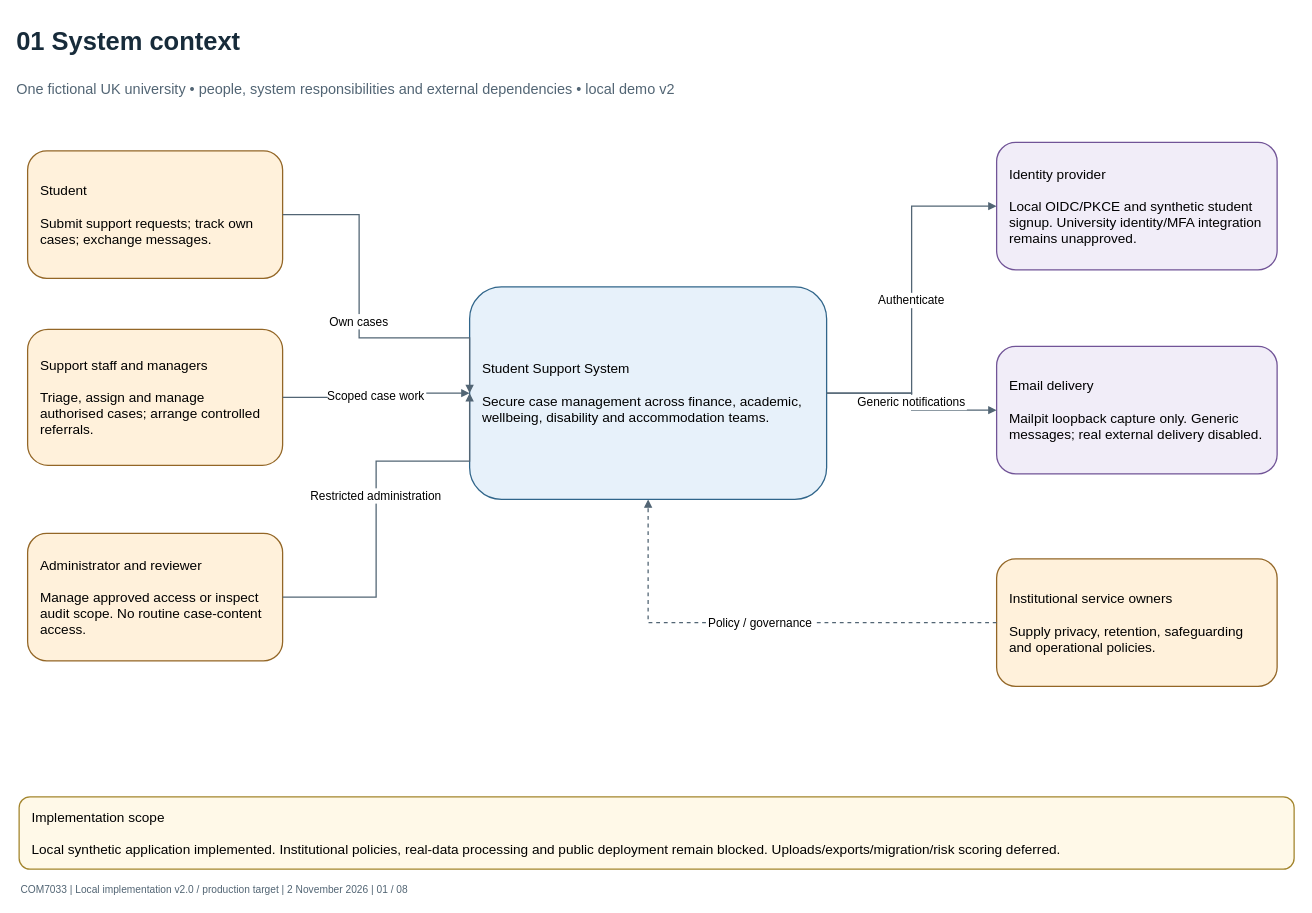
This is page "01 System context" (1 of 8) of docs/architecture/student-support-architecture.drawio from JEGSON/student-support-system, a draw.io file, before an edit. Source tidied: cells renumbered, new cells numbered last; positions are measured from the earlier drawing's top-left corner, leaving out a move shared by most shapes. Both pictures are drawn from the tidied source at 85%, with x=0, y=0 at pixel (14, 14).
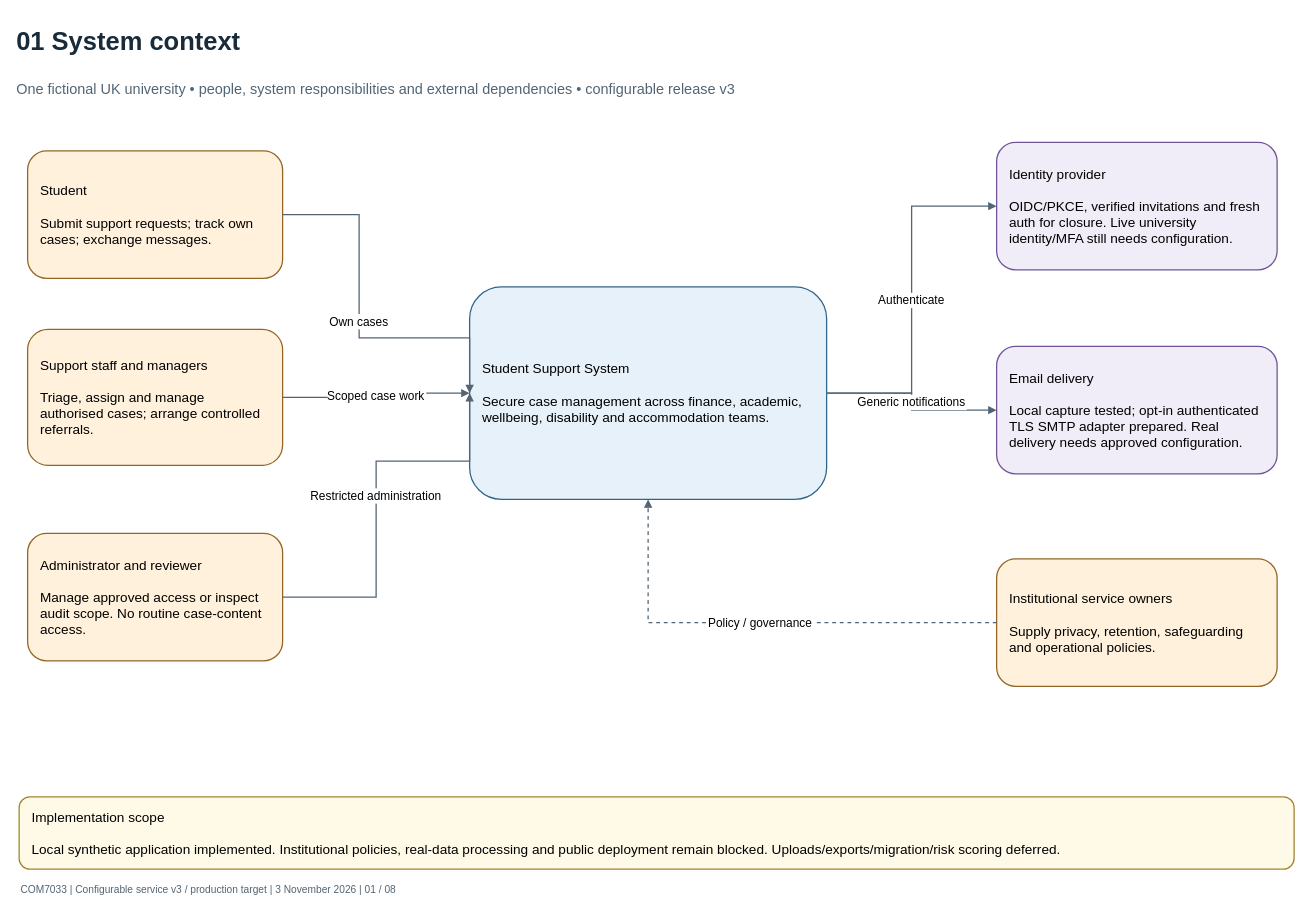
The same page after the edit.

Change to the diagram source:
```diff
@@
-    <mxCell id="3" value="One fictional UK university • people, system responsibilities and external dependencies • local demo v2" style="text;html=0;align=left;verticalAlign=middle;fontSize=17;fontColor=#526574;whiteSpace=wrap;" parent="1" vertex="1">
+    <mxCell id="3" value="One fictional UK university • people, system responsibilities and external dependencies • configurable release v3" style="text;html=0;align=left;verticalAlign=middle;fontSize=17;fontColor=#526574;whiteSpace=wrap;" parent="1" vertex="1">
       <mxGeometry y="65" width="1510" height="45" as="geometry" />
     </mxCell>
@@
-    <mxCell id="8" value="Identity provider&#10;&#10;Local OIDC/PKCE and synthetic student signup. University identity/MFA integration remains unapproved." style="rounded=1;html=0;whiteSpace=wrap;align=left;verticalAlign=middle;spacing=15;fontSize=16;fillColor=#f1edf8;strokeColor=#715497;strokeWidth=1.5;" parent="1" vertex="1">
+    <mxCell id="8" value="Identity provider&#10;&#10;OIDC/PKCE, verified invitations and fresh auth for closure. Live university identity/MFA still needs configuration." style="rounded=1;html=0;whiteSpace=wrap;align=left;verticalAlign=middle;spacing=15;fontSize=16;fillColor=#f1edf8;strokeColor=#715497;strokeWidth=1.5;" parent="1" vertex="1">
       <mxGeometry x="1155" y="150" width="330" height="150" as="geometry" />
     </mxCell>
-    <mxCell id="9" value="Email delivery&#10;&#10;Mailpit loopback capture only. Generic messages; real external delivery disabled." style="rounded=1;html=0;whiteSpace=wrap;align=left;verticalAlign=middle;spacing=15;fontSize=16;fillColor=#f1edf8;strokeColor=#715497;strokeWidth=1.5;" parent="1" vertex="1">
+    <mxCell id="9" value="Email delivery&#10;&#10;Local capture tested; opt-in authenticated TLS SMTP adapter prepared. Real delivery needs approved configuration." style="rounded=1;html=0;whiteSpace=wrap;align=left;verticalAlign=middle;spacing=15;fontSize=16;fillColor=#f1edf8;strokeColor=#715497;strokeWidth=1.5;" parent="1" vertex="1">
       <mxGeometry x="1155" y="390" width="330" height="150" as="geometry" />
     </mxCell>
@@
-    <mxCell id="18" value="COM7033 | Local implementation v2.0 / production target | 2 November 2026 | 01 / 08" style="text;html=0;align=left;fontSize=12;fontColor=#526574;" parent="1" vertex="1">
+    <mxCell id="18" value="COM7033 | Configurable service v3 / production target | 3 November 2026 | 01 / 08" style="text;html=0;align=left;fontSize=12;fontColor=#526574;" parent="1" vertex="1">
       <mxGeometry x="5" y="1015" width="1500" height="25" as="geometry" />
     </mxCell>
```
